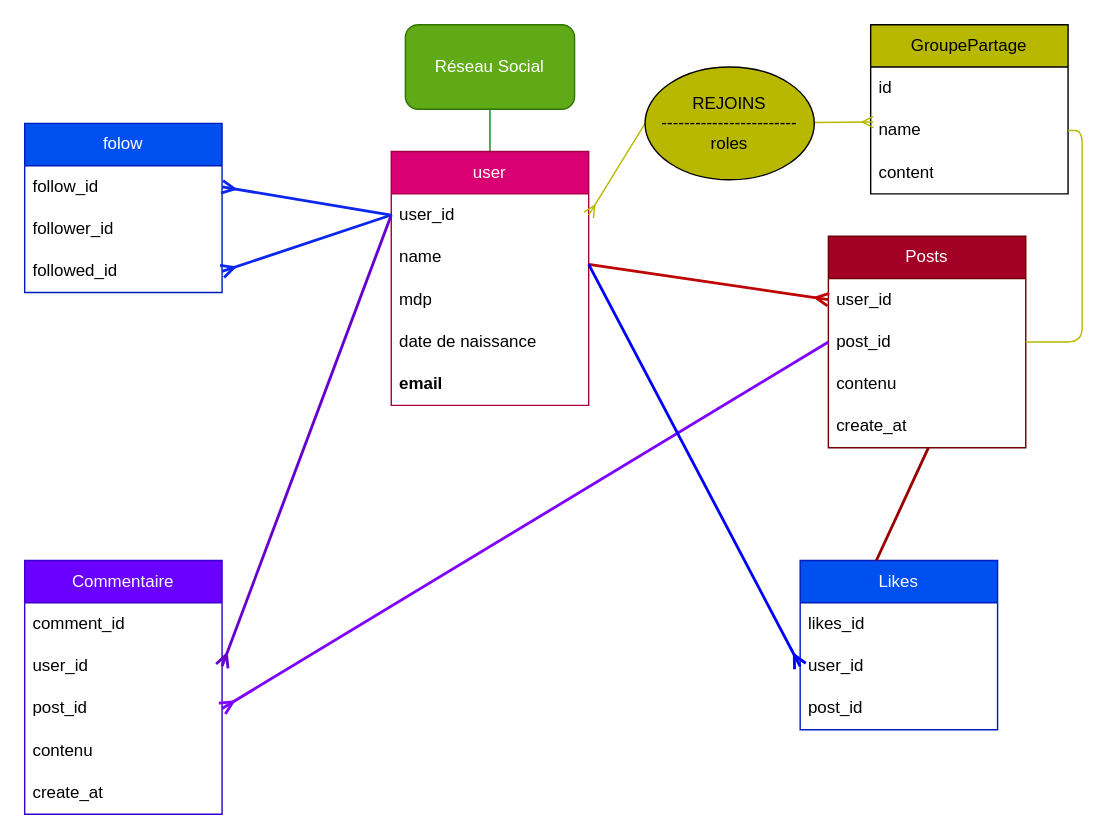
jebourdeau/Brief4_reseausocial keeps this draw.io diagram as brief réseau social/mcd_ajout_grp_partage.drawio. Above is the earlier version. Source tidied: cells renumbered, new cells numbered last; positions are measured from the earlier drawing's top-left corner, leaving out a move shared by most shapes. Both pictures are drawn from the tidied source at 141%, with x=0, y=0 at pixel (24, 24).
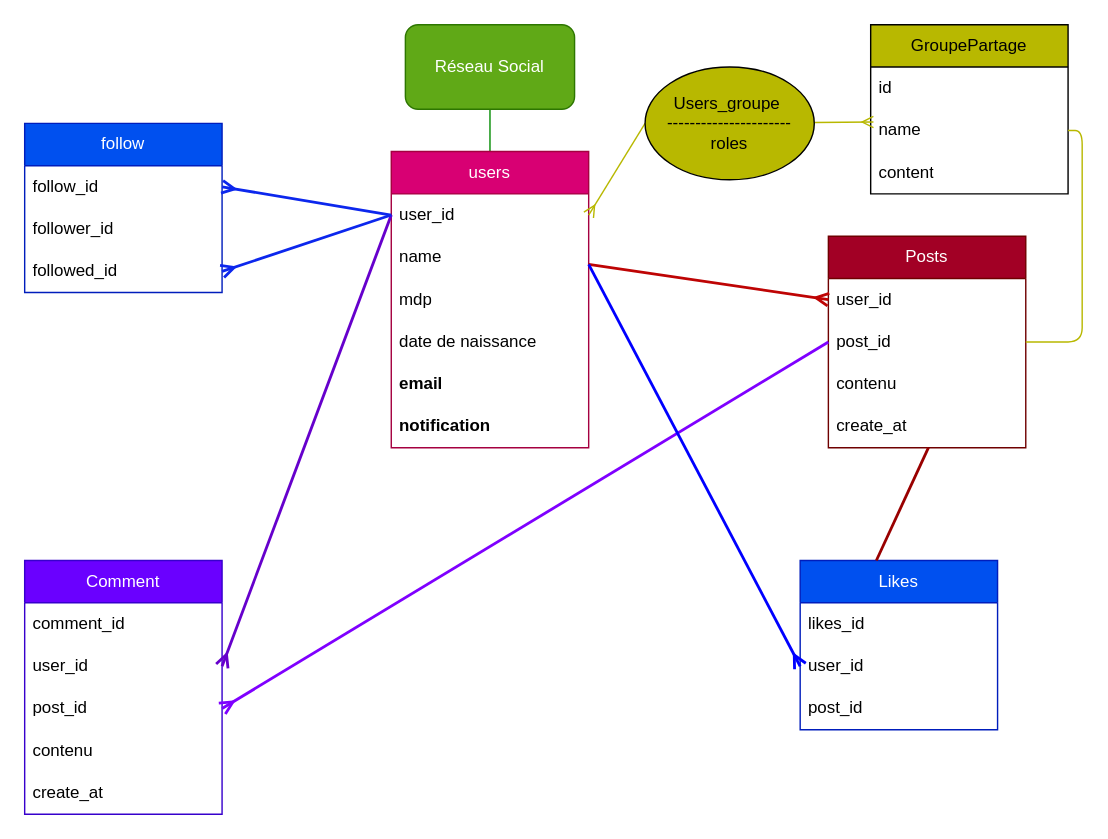
After the change.

The edit, as a diff of the source:
```diff
@@
-    <mxCell id="4" value="user" style="swimlane;fontStyle=0;horizontal=1;startSize=30;whiteSpace=wrap;html=1;fillColor=#d80073;fontColor=#ffffff;strokeColor=#A50040;" parent="1" vertex="1">
-      <mxGeometry x="260" y="90" width="140" height="180" as="geometry" />
+    <mxCell id="4" value="users" style="swimlane;fontStyle=0;horizontal=1;startSize=30;whiteSpace=wrap;html=1;fillColor=#d80073;fontColor=#ffffff;strokeColor=#A50040;" parent="1" vertex="1">
+      <mxGeometry x="260" y="90" width="140" height="210" as="geometry" />
     </mxCell>
@@
+    <mxCell id="44" value="notification" style="text;strokeColor=none;fillColor=none;align=left;verticalAlign=middle;spacingLeft=4;spacingRight=4;overflow=hidden;whiteSpace=wrap;html=1;fontStyle=1;" parent="4" vertex="1">
+      <mxGeometry y="180" width="140" height="30" as="geometry" />
+    </mxCell>
@@
-    <mxCell id="15" value="Commentaire" style="swimlane;fontStyle=0;horizontal=1;startSize=30;whiteSpace=wrap;html=1;fillColor=#6a00ff;fontColor=#ffffff;strokeColor=#3700CC;" parent="1" vertex="1">
+    <mxCell id="15" value="Comment" style="swimlane;fontStyle=0;horizontal=1;startSize=30;whiteSpace=wrap;html=1;fillColor=#6a00ff;fontColor=#ffffff;strokeColor=#3700CC;" parent="1" vertex="1">
       <mxGeometry y="380" width="140" height="180" as="geometry" />
     </mxCell>
@@
-    <mxCell id="27" value="folow" style="swimlane;fontStyle=0;horizontal=1;startSize=30;whiteSpace=wrap;html=1;fillColor=#0050ef;fontColor=#ffffff;strokeColor=#001DBC;" parent="1" vertex="1">
+    <mxCell id="27" value="follow" style="swimlane;fontStyle=0;horizontal=1;startSize=30;whiteSpace=wrap;html=1;fillColor=#0050ef;fontColor=#ffffff;strokeColor=#001DBC;" parent="1" vertex="1">
       <mxGeometry y="70" width="140" height="120" as="geometry" />
     </mxCell>
@@
-    <mxCell id="43" value="REJOINS&lt;br&gt;------------------------&lt;br&gt;roles" style="ellipse;whiteSpace=wrap;html=1;fillColor=#B8B800;" parent="1" vertex="1">
+    <mxCell id="43" value="Users_groupe&amp;nbsp;&lt;br&gt;----------------------&lt;br&gt;roles" style="ellipse;whiteSpace=wrap;html=1;fillColor=#B8B800;" parent="1" vertex="1">
       <mxGeometry x="440" y="30" width="120" height="80" as="geometry" />
     </mxCell>
```
